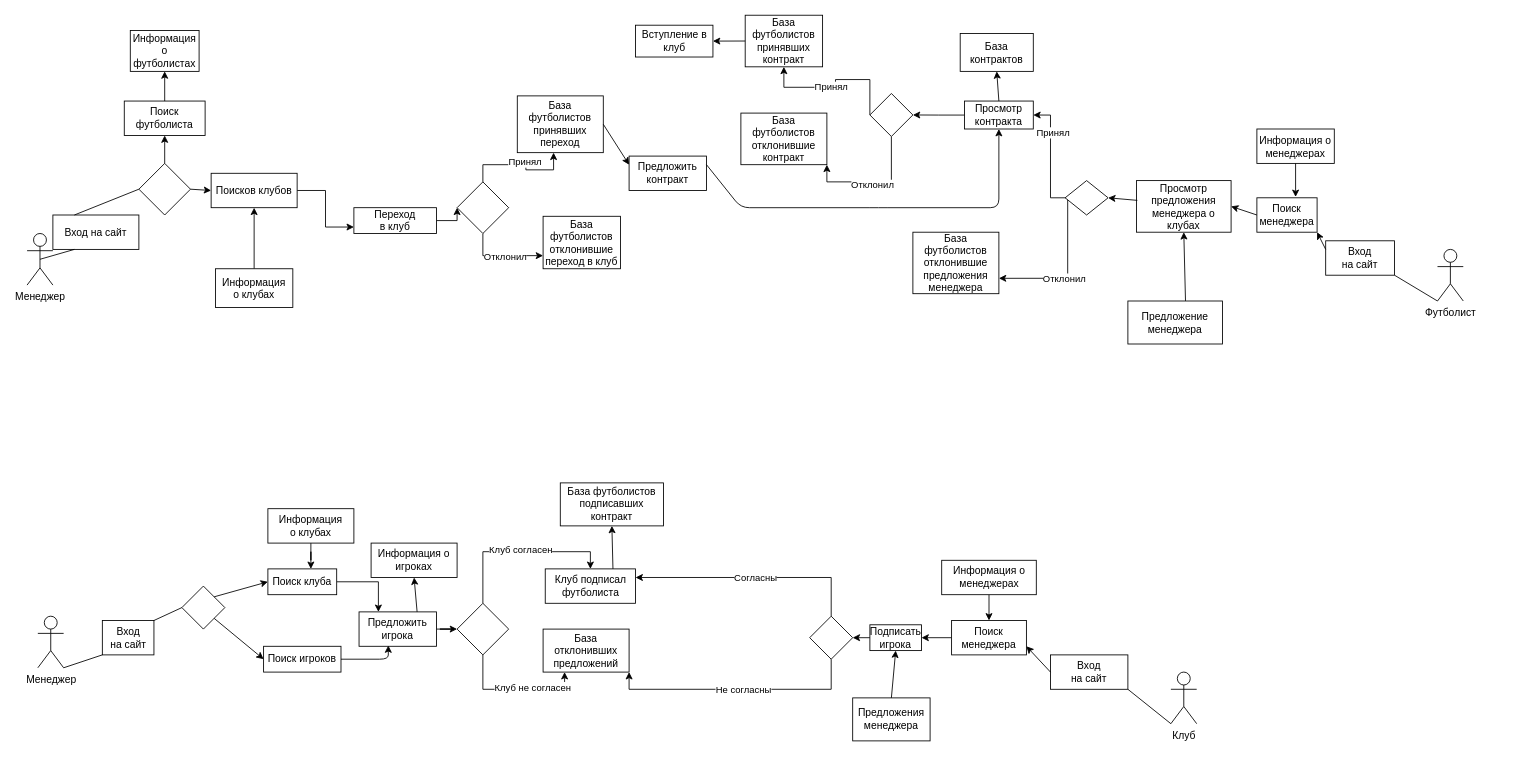
ErifKcalb/Uchebnya-Praktika-1 keeps this draw.io diagram as page "Page-1" (1 of 2) of Diagrams/DFDupdate3.drawio. Above is the earlier version. Source tidied: cells renumbered, new cells numbered last; positions are measured from the earlier drawing's top-left corner, leaving out a move shared by most shapes. Both pictures are drawn from the tidied source at 86%, with x=0, y=0 at pixel (27, 15).
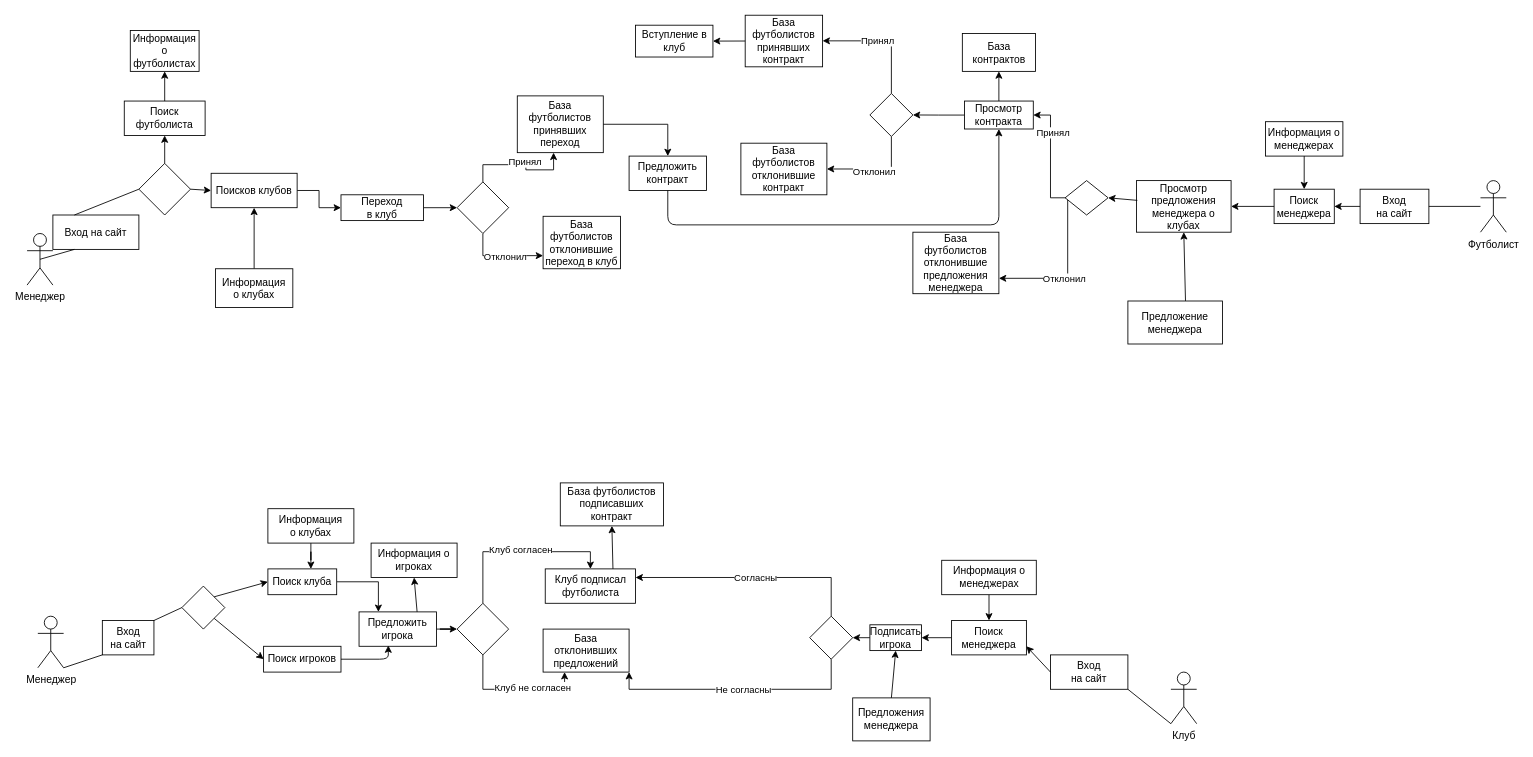
Above is the later version.

The change refers to these unchanged cells:
```xml
<mxCell id="22" value="Просмотр&lt;br&gt;контракта" style="rounded=0;whiteSpace=wrap;html=1;" parent="1" vertex="1">
  <mxGeometry x="1090" y="100" width="80" height="32.5" as="geometry" />
</mxCell>
<mxCell id="33" style="rhombus;whiteSpace=wrap;html=1;" parent="1" vertex="1">
  <mxGeometry x="980" y="91.2" width="50" height="50" as="geometry" />
</mxCell>
<mxCell id="39" value="Поисков клубов" style="rounded=0;whiteSpace=wrap;html=1;" parent="1" vertex="1">
  <mxGeometry x="214" y="184" width="100" height="40" as="geometry" />
</mxCell>
<mxCell id="45" value="Предложить&lt;br&gt;контракт" style="rounded=0;whiteSpace=wrap;html=1;" parent="1" vertex="1">
  <mxGeometry x="700" y="164" width="90" height="40" as="geometry" />
</mxCell>
<mxCell id="92" value="База футболистов&lt;br&gt;принявших переход" style="rounded=0;whiteSpace=wrap;html=1;" parent="1" vertex="1">
  <mxGeometry x="570" y="94" width="100" height="66" as="geometry" />
</mxCell>
<mxCell id="94" value="База футболистов&lt;br&gt;принявших контракт" style="rounded=0;whiteSpace=wrap;html=1;" parent="1" vertex="1">
  <mxGeometry x="835" y="0.2" width="90" height="60" as="geometry" />
</mxCell>
```

Diff of the diagram source:
```diff
@@
     <mxCell id="8" value="Переход&lt;br&gt;в клуб" style="rounded=0;whiteSpace=wrap;html=1;" parent="1" vertex="1">
-      <mxGeometry x="380" y="224" width="96" height="30" as="geometry" />
+      <mxGeometry x="365" y="209" width="96" height="30" as="geometry" />
     </mxCell>
@@
     <mxCell id="11" value="Футболист&lt;br&gt;" style="shape=umlActor;verticalLabelPosition=bottom;verticalAlign=top;html=1;outlineConnect=0;" parent="1" vertex="1">
-      <mxGeometry x="1640" y="272.5" width="30" height="60" as="geometry" />
+      <mxGeometry x="1690" y="192.5" width="30" height="60" as="geometry" />
     </mxCell>
     <mxCell id="12" value="Вход&lt;br&gt;на сайт" style="rounded=0;whiteSpace=wrap;html=1;" parent="1" vertex="1">
-      <mxGeometry x="1510" y="262.5" width="80" height="40" as="geometry" />
+      <mxGeometry x="1550" y="202.5" width="80" height="40" as="geometry" />
     </mxCell>
     <mxCell id="13" value="Поиск&lt;br&gt;менеджера&lt;br&gt;" style="rounded=0;whiteSpace=wrap;html=1;" parent="1" vertex="1">
-      <mxGeometry x="1430" y="212.5" width="70" height="40" as="geometry" />
+      <mxGeometry x="1450" y="202.5" width="70" height="40" as="geometry" />
     </mxCell>
-    <mxCell id="14" style="endArrow=none;html=1;entryX=0;entryY=1;entryDx=0;entryDy=0;entryPerimeter=0;exitX=1;exitY=1;exitDx=0;exitDy=0;" parent="1" edge="1" source="12" target="11">
+    <mxCell id="14" style="endArrow=none;html=1;" parent="1" edge="1" source="12" target="11">
       <mxGeometry relative="1" as="geometry" />
     </mxCell>
     <mxCell id="15" value="Информация о менеджерах&lt;br&gt;" style="rounded=0;whiteSpace=wrap;html=1;" parent="1" vertex="1">
-      <mxGeometry x="1430" y="132.5" width="90" height="40" as="geometry" />
+      <mxGeometry x="1440" y="124" width="90" height="40" as="geometry" />
     </mxCell>
-    <mxCell id="16" style="endArrow=classic;html=1;exitX=0.5;exitY=1;exitDx=0;exitDy=0;entryX=0.643;entryY=-0.025;entryDx=0;entryDy=0;entryPerimeter=0;" parent="1" edge="1" source="15" target="13">
+    <mxCell id="16" style="endArrow=classic;html=1;" parent="1" edge="1" source="15" target="13">
       <mxGeometry relative="1" as="geometry" />
     </mxCell>
@@
-    <mxCell id="18" style="endArrow=classic;html=1;entryX=1;entryY=1;entryDx=0;entryDy=0;exitX=0;exitY=0.25;exitDx=0;exitDy=0;" parent="1" edge="1" source="12" target="13">
+    <mxCell id="18" style="endArrow=classic;html=1;" parent="1" edge="1" source="12" target="13">
       <mxGeometry relative="1" as="geometry" />
     </mxCell>
@@
-    <mxCell id="29" style="edgeStyle=orthogonalEdgeStyle;rounded=0;jettySize=auto;html=1;entryX=0.5;entryY=1;entryDx=0;entryDy=0;" parent="1" edge="1" source="33" target="94">
+    <mxCell id="29" style="edgeStyle=orthogonalEdgeStyle;rounded=0;jettySize=auto;html=1;" parent="1" edge="1" source="33" target="94">
       <mxGeometry relative="1" as="geometry">
         <Array as="points">
-          <mxPoint x="980" y="75" />
-          <mxPoint x="940" y="75" />
-          <mxPoint x="940" y="84" />
-          <mxPoint x="880" y="84" />
+          <mxPoint x="1005" y="30" />
         </Array>
       </mxGeometry>
     </mxCell>
@@
-    <mxCell id="31" style="edgeStyle=orthogonalEdgeStyle;rounded=0;jettySize=auto;html=1;exitX=0.5;exitY=1;exitDx=0;exitDy=0;entryX=1;entryY=1;entryDx=0;entryDy=0;" parent="1" edge="1" source="33" target="35">
-      <mxGeometry relative="1" as="geometry" />
+    <mxCell id="31" style="edgeStyle=orthogonalEdgeStyle;rounded=0;jettySize=auto;html=1;exitX=0.5;exitY=1;exitDx=0;exitDy=0;" parent="1" edge="1" source="33" target="35">
+      <mxGeometry relative="1" as="geometry">
+        <Array as="points">
+          <mxPoint x="1005" y="179" />
+        </Array>
+      </mxGeometry>
     </mxCell>
@@
     <mxCell id="35" value="База футболистов отклонившие&lt;br&gt;контракт" style="rounded=0;whiteSpace=wrap;html=1;" parent="1" vertex="1">
-      <mxGeometry x="830" y="114" width="100" height="60" as="geometry" />
+      <mxGeometry x="830" y="149" width="100" height="60" as="geometry" />
     </mxCell>
@@
-    <mxCell id="38" style="edgeStyle=orthogonalEdgeStyle;rounded=0;jettySize=auto;html=1;exitX=1;exitY=0.5;exitDx=0;exitDy=0;entryX=0;entryY=0.75;entryDx=0;entryDy=0;" parent="1" edge="1" source="39" target="8">
+    <mxCell id="38" style="edgeStyle=orthogonalEdgeStyle;rounded=0;jettySize=auto;html=1;" parent="1" edge="1" source="39" target="8">
       <mxGeometry relative="1" as="geometry" />
     </mxCell>
@@
-    <mxCell id="47" style="endArrow=classic;html=1;exitX=1;exitY=0.25;exitDx=0;exitDy=0;entryX=0.5;entryY=1;entryDx=0;entryDy=0;" parent="1" edge="1" source="45" target="22">
+    <mxCell id="47" style="endArrow=classic;html=1;entryX=0.5;entryY=1;entryDx=0;entryDy=0;edgeStyle=orthogonalEdgeStyle;" parent="1" edge="1" source="45" target="22">
       <mxGeometry relative="1" as="geometry">
         <Array as="points">
-          <mxPoint x="830" y="224" />
-          <mxPoint x="990" y="224" />
-          <mxPoint x="1130" y="224" />
+          <mxPoint x="745" y="244" />
+          <mxPoint x="1130" y="244" />
         </Array>
       </mxGeometry>
     </mxCell>
@@
-    <mxCell id="93" style="endArrow=classic;html=1;rounded=0;exitX=1;exitY=0.5;exitDx=0;exitDy=0;entryX=0;entryY=0.25;entryDx=0;entryDy=0;" parent="1" edge="1" source="92" target="45">
+    <mxCell id="93" style="endArrow=classic;html=1;rounded=0;edgeStyle=orthogonalEdgeStyle;" parent="1" edge="1" source="92" target="45">
       <mxGeometry relative="1" as="geometry" />
     </mxCell>
@@
     <mxCell id="96" value="База &lt;br&gt;контрактов" style="rounded=0;whiteSpace=wrap;html=1;" parent="1" vertex="1">
-      <mxGeometry x="1085" y="21.5" width="85" height="44" as="geometry" />
+      <mxGeometry x="1087.5" y="21.5" width="85" height="44" as="geometry" />
     </mxCell>
```
